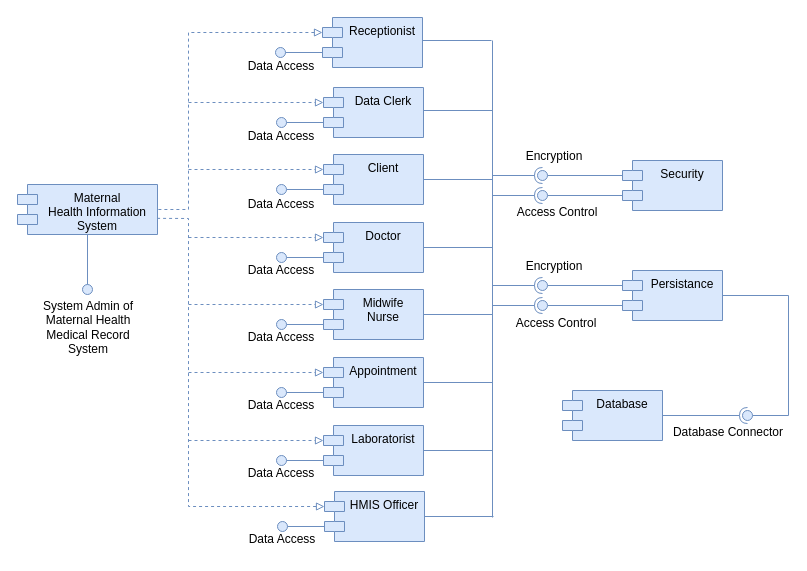
Before: Component Diagram.drawio in fasil712/UML_Diagram_Design, a draw.io diagram. Source tidied: cells renumbered, new cells numbered last; positions are measured from the earlier drawing's top-left corner, leaving out a move shared by most shapes. Both pictures are drawn from the tidied source at 100%, with x=0, y=0 at pixel (17, 17).
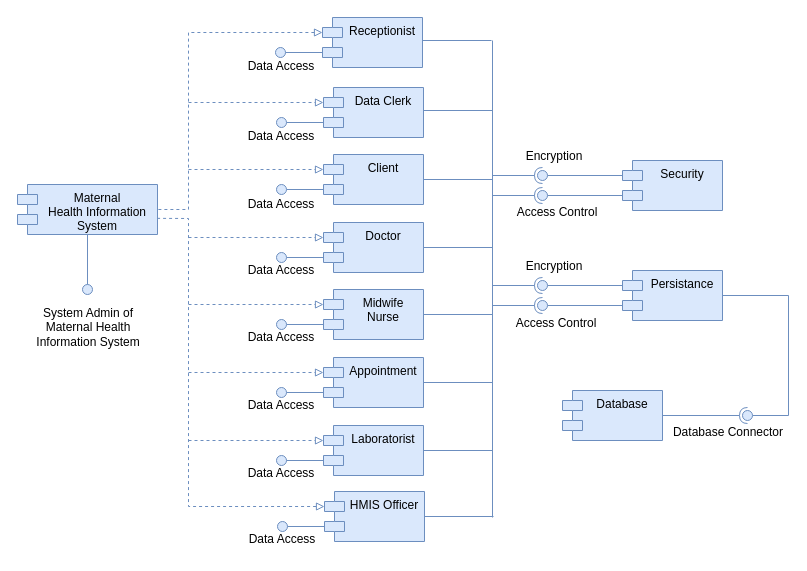
Above is the later version.

Diff of the diagram source:
```diff
@@
-    <mxCell id="76" value="System Admin of Maternal Health Medical Record System" style="text;html=1;strokeColor=none;fillColor=none;align=center;verticalAlign=middle;whiteSpace=wrap;rounded=0;" parent="1" vertex="1">
+    <mxCell id="76" value="System Admin of Maternal Health Information System" style="text;html=1;strokeColor=none;fillColor=none;align=center;verticalAlign=middle;whiteSpace=wrap;rounded=0;" parent="1" vertex="1">
       <mxGeometry x="13" y="278" width="116" height="63" as="geometry" />
     </mxCell>
```
